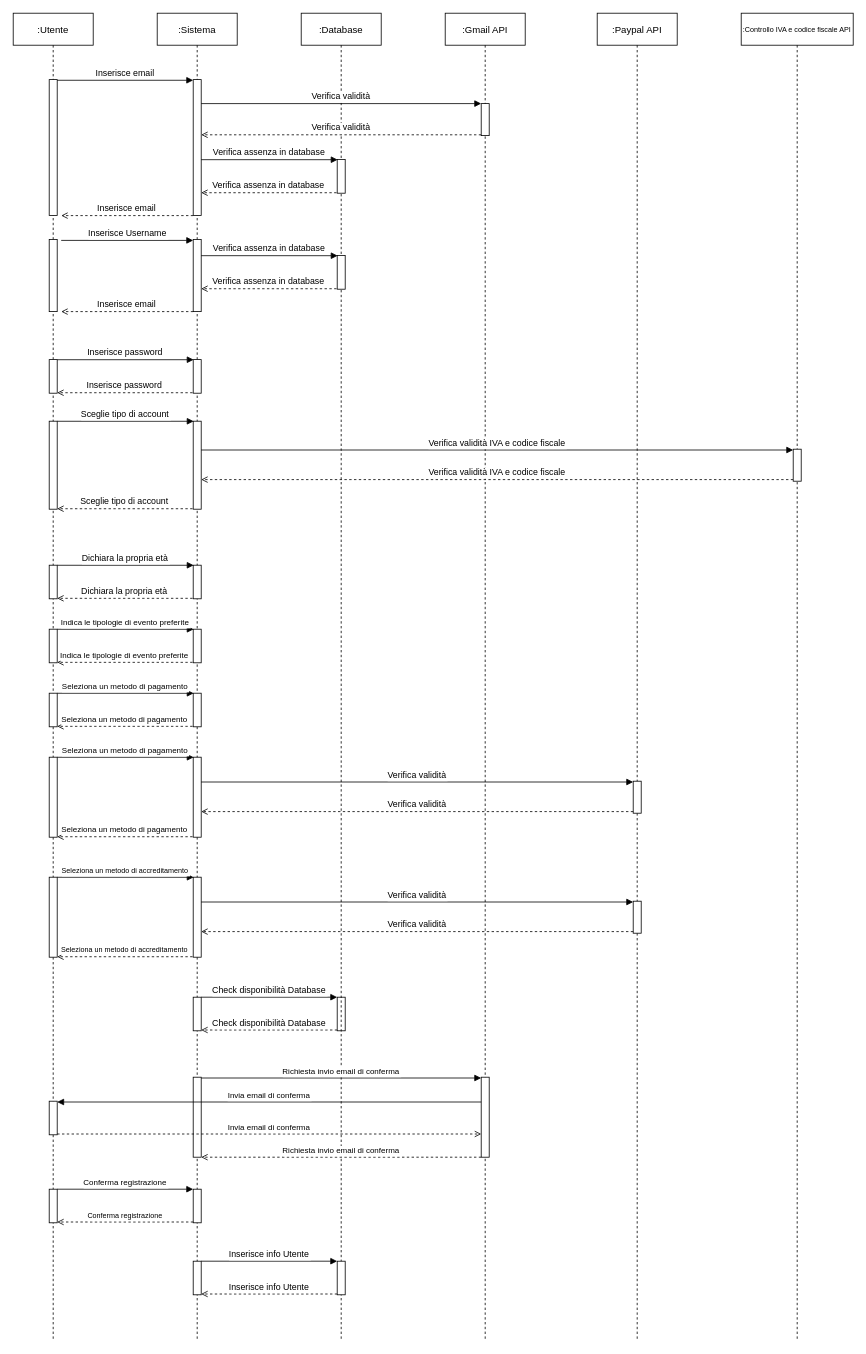
Earlier version of the draw.io diagram Sequence/RF02_Registrazione/Registrazione.drawio (4spot-team/documentation). Source tidied: cells renumbered, new cells numbered last; positions are measured from the earlier drawing's top-left corner, leaving out a move shared by most shapes. Both pictures are drawn from the tidied source at 80%, with x=0, y=0 at pixel (13, 13).
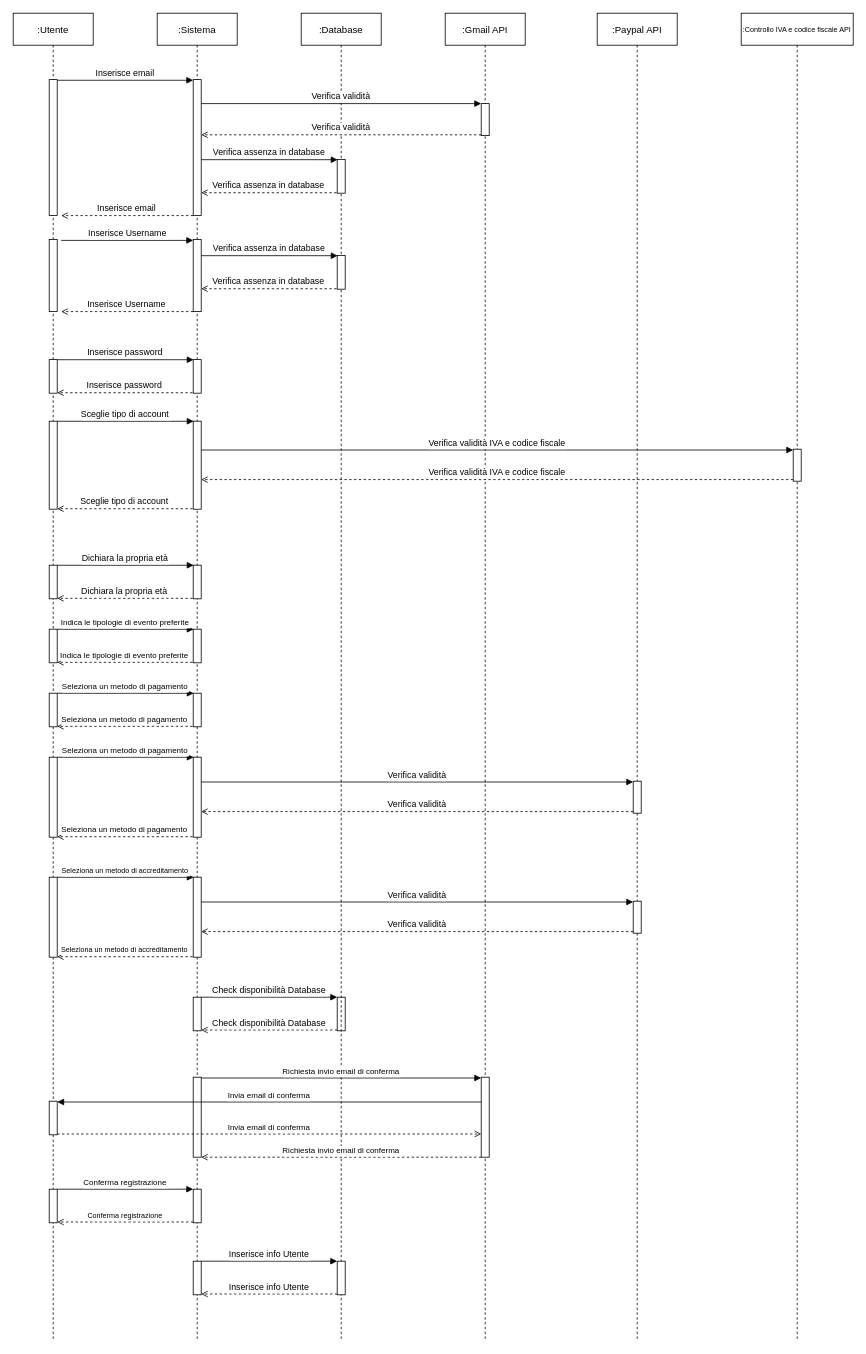
Above is the later version.

Unchanged cells that the change refers to:
```xml
<mxCell id="29" style="points=[];perimeter=orthogonalPerimeter;rounded=0;shadow=0;strokeWidth=1;" parent="26" vertex="1">
  <mxGeometry x="45" y="283" width="10" height="90" as="geometry" />
</mxCell>
```

The edit, as a diff of the source:
```diff
@@
-    <mxCell id="62" value="Inserisce email" style="verticalAlign=bottom;endArrow=open;shadow=0;strokeWidth=1;endFill=0;dashed=1;" parent="1" edge="1" source="29">
+    <mxCell id="62" value="Inserisce Username" style="verticalAlign=bottom;endArrow=open;shadow=0;strokeWidth=1;endFill=0;dashed=1;" parent="1" edge="1" source="29">
       <mxGeometry relative="1" as="geometry">
         <mxPoint x="60" y="373" as="targetPoint" />
       </mxGeometry>
     </mxCell>
```
